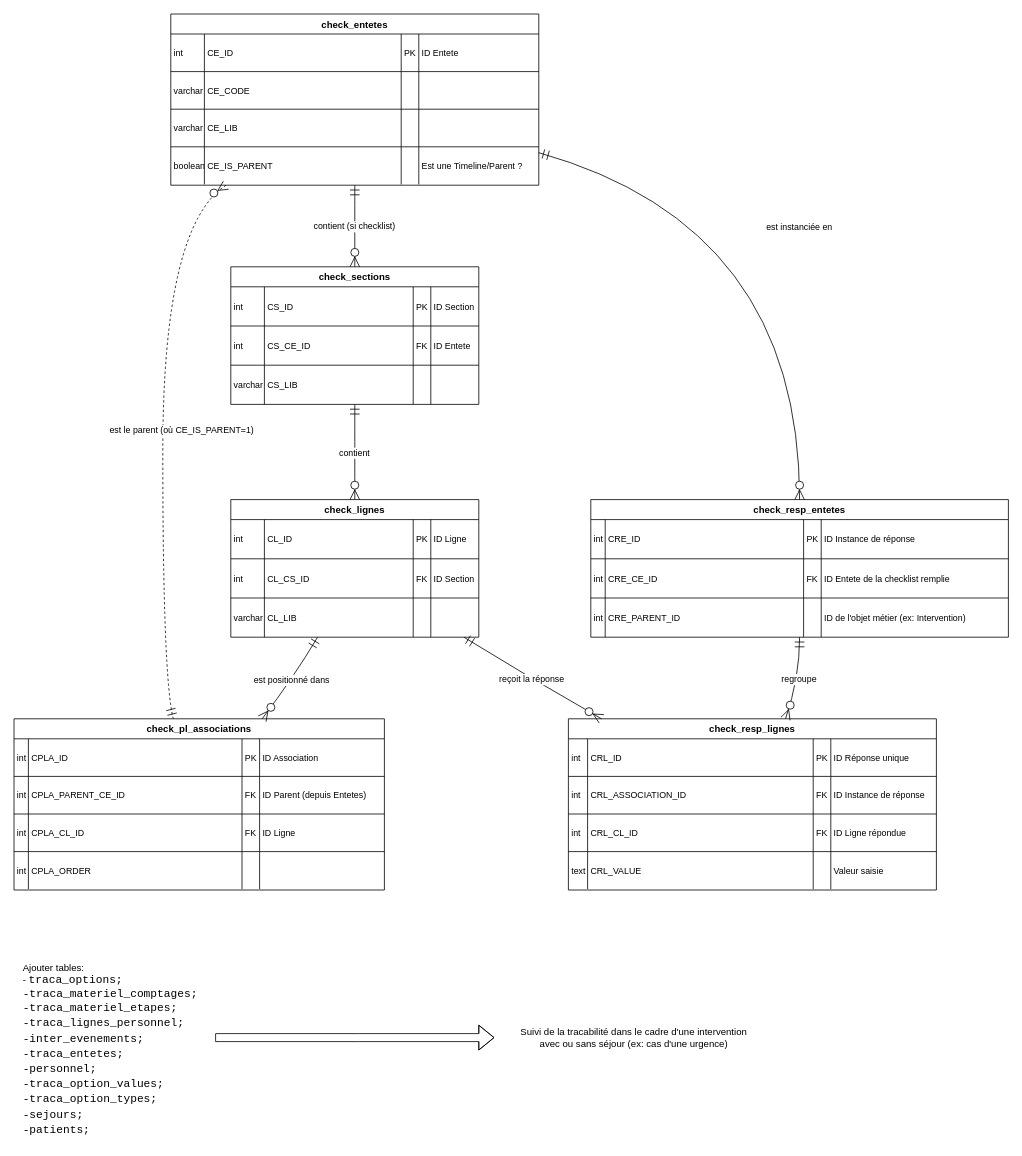
This is flux_parent_checklist.drawio from antikkorps/schema_checklist, a draw.io file, before an edit. Source tidied: cells renumbered, new cells numbered last; positions are measured from the earlier drawing's top-left corner, leaving out a move shared by most shapes. Both pictures are drawn from the tidied source at 80%, with x=0, y=0 at pixel (14, 14).
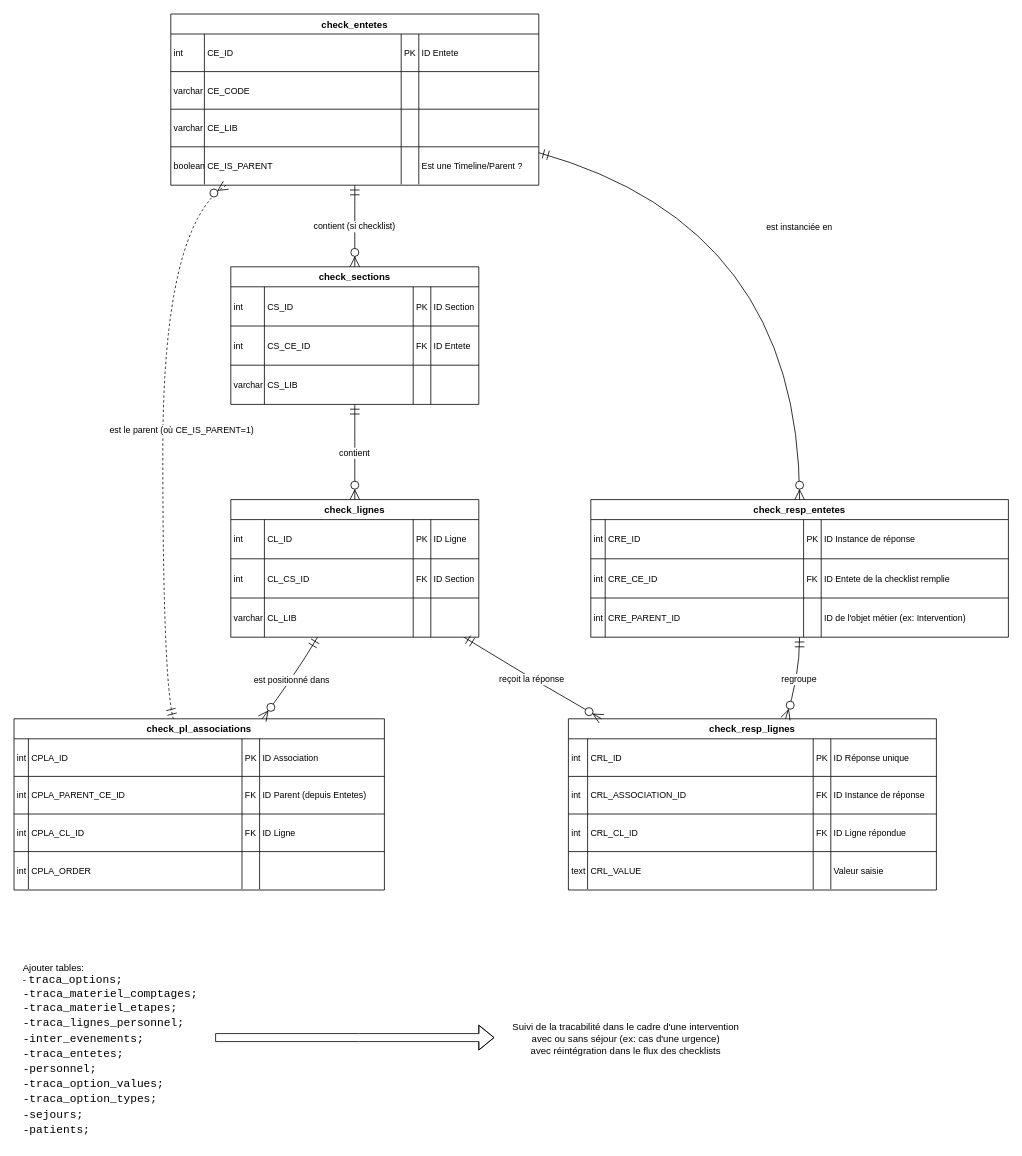
The same diagram, later.

Commit message:
Mettre à jour flux_parent_checklist.drawio

What changed in the source:
```diff
@@
-    <mxCell id="122" value="Suivi de la tracabilité dans le cadre d'une intervention avec ou sans séjour (ex: cas d'une urgence)" style="text;html=1;align=center;verticalAlign=middle;whiteSpace=wrap;rounded=0;" parent="1" vertex="1">
-      <mxGeometry x="620" y="1265" width="310" height="30" as="geometry" />
+    <mxCell id="122" value="Suivi de la tracabilité dans le cadre d'une intervention avec ou sans séjour (ex: cas d'une urgence)&lt;div&gt;avec réintégration dans le flux des checklists&lt;/div&gt;&lt;div&gt;&lt;br&gt;&lt;/div&gt;" style="text;html=1;align=center;verticalAlign=middle;whiteSpace=wrap;rounded=0;" parent="1" vertex="1">
+      <mxGeometry x="610" y="1250" width="310" height="75" as="geometry" />
     </mxCell>
```
